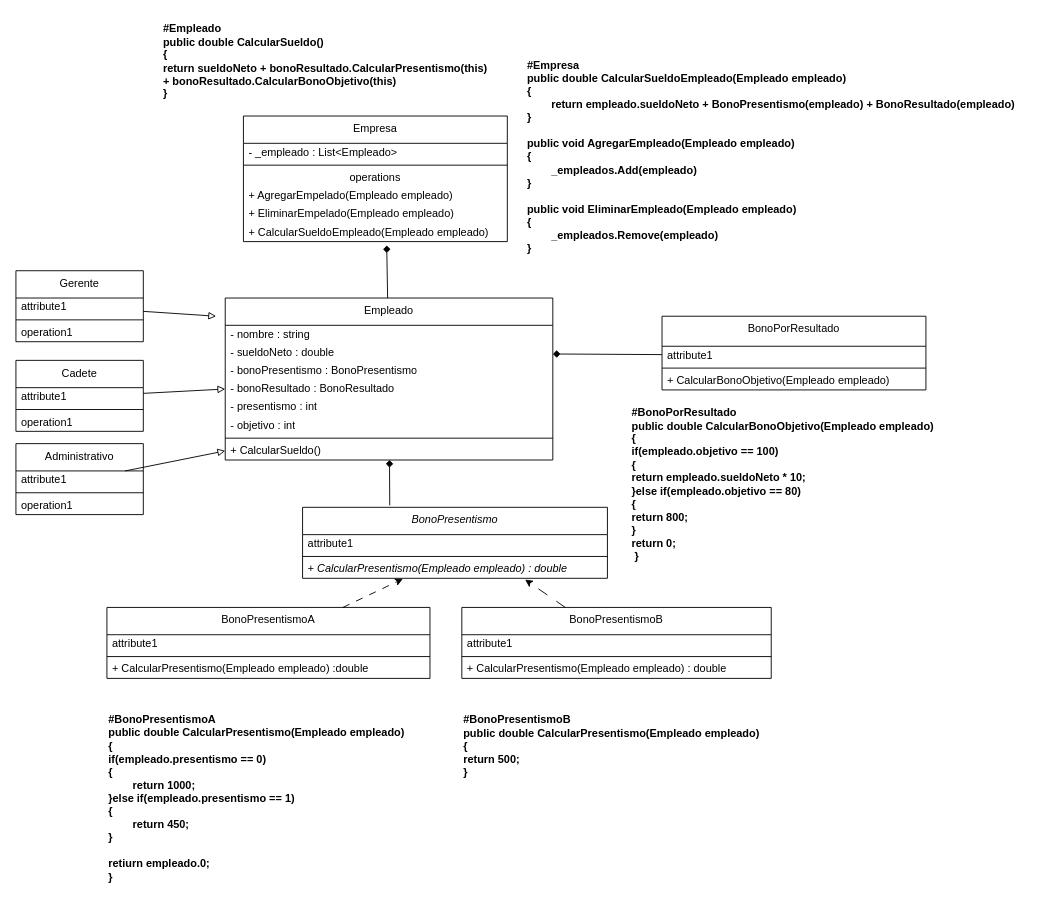
Before: clase_04/ejercicio_sueldos/sueldos.dio in EdgarSteinberg/programacion-2-repaso, a draw.io diagram. Source tidied: cells renumbered, new cells numbered last; positions are measured from the earlier drawing's top-left corner, leaving out a move shared by most shapes. Both pictures are drawn from the tidied source at 91%, with x=0, y=0 at pixel (15, 15).
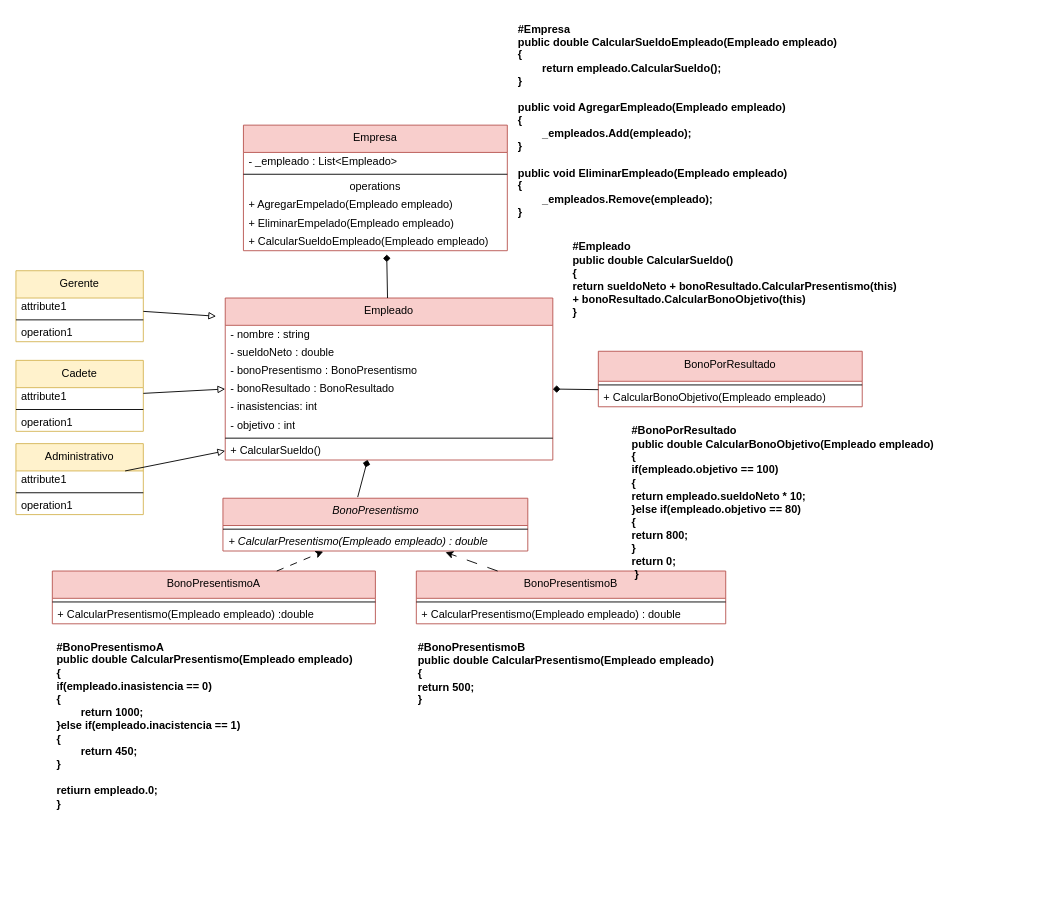
The same page after the edit.

Unchanged cells that the change refers to:
```xml
<mxCell id="6" value="- bonoResultado : BonoResultado" style="text;html=1;strokeColor=none;fillColor=none;align=left;verticalAlign=middle;spacingLeft=4;spacingRight=4;overflow=hidden;points=[[0,0.5],[1,0.5]];portConstraint=eastwest;whiteSpace=wrap;" parent="2" vertex="1">
  <mxGeometry y="90" width="360" height="20" as="geometry" />
</mxCell>
```

The edit, as a diff of the source:
```diff
@@
-    <mxCell id="2" value="Empleado" style="swimlane;fontStyle=0;align=center;verticalAlign=top;horizontal=1;startSize=30;html=1;whiteSpace=wrap;" parent="1" vertex="1">
+    <mxCell id="2" value="Empleado" style="swimlane;fontStyle=0;align=center;verticalAlign=top;horizontal=1;startSize=30;html=1;whiteSpace=wrap;fillColor=#f8cecc;strokeColor=#b85450;" parent="1" vertex="1">
       <mxGeometry x="230" y="310" width="360" height="178" as="geometry" />
     </mxCell>
@@
-    <mxCell id="7" value="- presentismo : int" style="text;html=1;strokeColor=none;fillColor=none;align=left;verticalAlign=middle;spacingLeft=4;spacingRight=4;overflow=hidden;whiteSpace=wrap;" parent="2" vertex="1">
+    <mxCell id="7" value="- inasistencias: int" style="text;html=1;strokeColor=none;fillColor=none;align=left;verticalAlign=middle;spacingLeft=4;spacingRight=4;overflow=hidden;whiteSpace=wrap;" parent="2" vertex="1">
       <mxGeometry y="110" width="360" height="20" as="geometry" />
     </mxCell>
@@
-    <mxCell id="11" value="&lt;i&gt;BonoPresentismo&lt;/i&gt;" style="swimlane;fontStyle=0;align=center;verticalAlign=top;horizontal=1;startSize=30;html=1;whiteSpace=wrap;" parent="1" vertex="1">
-      <mxGeometry x="315" y="540" width="335" height="78" as="geometry" />
+    <mxCell id="11" value="&lt;i&gt;BonoPresentismo&lt;/i&gt;" style="swimlane;fontStyle=0;align=center;verticalAlign=top;horizontal=1;startSize=30;html=1;whiteSpace=wrap;fillColor=#f8cecc;strokeColor=#b85450;" parent="1" vertex="1">
+      <mxGeometry x="227.5" y="530" width="335" height="58" as="geometry" />
     </mxCell>
-    <mxCell id="12" value="attribute1" style="text;html=1;strokeColor=none;fillColor=none;align=left;verticalAlign=middle;spacingLeft=4;spacingRight=4;overflow=hidden;whiteSpace=wrap;" parent="11" vertex="1">
-      <mxGeometry y="30" width="335" height="20" as="geometry" />
-    </mxCell>
     <mxCell id="13" style="line;strokeWidth=1;fillColor=none;align=left;verticalAlign=middle;spacingTop=-1;spacingLeft=3;spacingRight=3;labelPosition=right;" parent="11" vertex="1">
-      <mxGeometry y="50" width="335" height="8" as="geometry" />
+      <mxGeometry y="30" width="335" height="8" as="geometry" />
     </mxCell>
     <mxCell id="14" value="&lt;i&gt;+ CalcularPresentismo(Empleado empleado) : double&lt;/i&gt;" style="text;html=1;strokeColor=none;fillColor=none;align=left;verticalAlign=middle;spacingLeft=4;spacingRight=4;overflow=hidden;points=[[0,0.5],[1,0.5]];portConstraint=eastwest;whiteSpace=wrap;" parent="11" vertex="1">
-      <mxGeometry y="58" width="335" height="20" as="geometry" />
+      <mxGeometry y="38" width="335" height="20" as="geometry" />
     </mxCell>
-    <mxCell id="15" value="BonoPresentismoA" style="swimlane;fontStyle=0;align=center;verticalAlign=top;horizontal=1;startSize=30;html=1;whiteSpace=wrap;" parent="1" vertex="1">
-      <mxGeometry x="100" y="650" width="355" height="78" as="geometry" />
+    <mxCell id="15" value="BonoPresentismoA" style="swimlane;fontStyle=0;align=center;verticalAlign=top;horizontal=1;startSize=30;html=1;whiteSpace=wrap;fillColor=#f8cecc;strokeColor=#b85450;" parent="1" vertex="1">
+      <mxGeometry x="40" y="610" width="355" height="58" as="geometry" />
     </mxCell>
-    <mxCell id="16" value="attribute1" style="text;html=1;strokeColor=none;fillColor=none;align=left;verticalAlign=middle;spacingLeft=4;spacingRight=4;overflow=hidden;whiteSpace=wrap;" parent="15" vertex="1">
-      <mxGeometry y="30" width="355" height="20" as="geometry" />
-    </mxCell>
     <mxCell id="17" style="line;strokeWidth=1;fillColor=none;align=left;verticalAlign=middle;spacingTop=-1;spacingLeft=3;spacingRight=3;labelPosition=right;" parent="15" vertex="1">
-      <mxGeometry y="50" width="355" height="8" as="geometry" />
+      <mxGeometry y="30" width="355" height="8" as="geometry" />
     </mxCell>
     <mxCell id="18" value="&lt;span style=&quot;color: rgb(0, 0, 0);&quot;&gt;+ CalcularPresentismo(Empleado empleado) :double&lt;/span&gt;" style="text;html=1;strokeColor=none;fillColor=none;align=left;verticalAlign=middle;spacingLeft=4;spacingRight=4;overflow=hidden;whiteSpace=wrap;" parent="15" vertex="1">
-      <mxGeometry y="58" width="355" height="20" as="geometry" />
+      <mxGeometry y="38" width="355" height="20" as="geometry" />
     </mxCell>
-    <mxCell id="19" value="BonoPresentismoB" style="swimlane;fontStyle=0;align=center;verticalAlign=top;horizontal=1;startSize=30;html=1;whiteSpace=wrap;" parent="1" vertex="1">
-      <mxGeometry x="490" y="650" width="340" height="78" as="geometry" />
+    <mxCell id="19" value="BonoPresentismoB" style="swimlane;fontStyle=0;align=center;verticalAlign=top;horizontal=1;startSize=30;html=1;whiteSpace=wrap;fillColor=#f8cecc;strokeColor=#b85450;" parent="1" vertex="1">
+      <mxGeometry x="440" y="610" width="340" height="58" as="geometry" />
     </mxCell>
-    <mxCell id="20" value="attribute1" style="text;html=1;strokeColor=none;fillColor=none;align=left;verticalAlign=middle;spacingLeft=4;spacingRight=4;overflow=hidden;whiteSpace=wrap;" parent="19" vertex="1">
-      <mxGeometry y="30" width="340" height="20" as="geometry" />
-    </mxCell>
     <mxCell id="21" style="line;strokeWidth=1;fillColor=none;align=left;verticalAlign=middle;spacingTop=-1;spacingLeft=3;spacingRight=3;labelPosition=right;" parent="19" vertex="1">
-      <mxGeometry y="50" width="340" height="8" as="geometry" />
+      <mxGeometry y="30" width="340" height="8" as="geometry" />
     </mxCell>
     <mxCell id="22" value="&lt;span style=&quot;color: rgb(0, 0, 0);&quot;&gt;+ CalcularPresentismo(Empleado empleado) : double&lt;/span&gt;" style="text;html=1;strokeColor=none;fillColor=none;align=left;verticalAlign=middle;spacingLeft=4;spacingRight=4;overflow=hidden;whiteSpace=wrap;" parent="19" vertex="1">
-      <mxGeometry y="58" width="340" height="20" as="geometry" />
+      <mxGeometry y="38" width="340" height="20" as="geometry" />
     </mxCell>
-    <mxCell id="23" value="&lt;b&gt;#BonoPresentismoA&lt;/b&gt;&lt;div&gt;&lt;b&gt;public double CalcularPresentismo(Empleado empleado)&lt;/b&gt;&lt;/div&gt;&lt;div&gt;&lt;b&gt;{&lt;/b&gt;&lt;/div&gt;&lt;div&gt;&lt;b&gt;if(empleado.presentismo == 0)&lt;/b&gt;&lt;/div&gt;&lt;div&gt;&lt;b&gt;{&lt;/b&gt;&lt;/div&gt;&lt;div&gt;&lt;b&gt;&lt;span style=&quot;white-space: pre;&quot;&gt;&#9;&lt;/span&gt;return 1000;&lt;br&gt;&lt;/b&gt;&lt;/div&gt;&lt;div&gt;&lt;b&gt;}else if(empleado.presentismo == 1)&lt;/b&gt;&lt;/div&gt;&lt;div&gt;&lt;b&gt;{&lt;/b&gt;&lt;/div&gt;&lt;div&gt;&lt;b&gt;&lt;span style=&quot;white-space: pre;&quot;&gt;&#9;&lt;/span&gt;return 450;&lt;br&gt;&lt;/b&gt;&lt;/div&gt;&lt;div&gt;&lt;b&gt;}&lt;/b&gt;&lt;/div&gt;&lt;div&gt;&lt;b&gt;&lt;br&gt;&lt;/b&gt;&lt;/div&gt;&lt;div&gt;&lt;b&gt;retiurn empleado.0;&lt;/b&gt;&lt;/div&gt;&lt;div&gt;&lt;b&gt;}&lt;/b&gt;&lt;/div&gt;" style="text;html=1;align=left;verticalAlign=middle;strokeColor=none;fillColor=none;" parent="1" vertex="1">
-      <mxGeometry x="100" y="760" width="350" height="200" as="geometry" />
+    <mxCell id="23" value="&lt;b&gt;#BonoPresentismoA&lt;/b&gt;&lt;div&gt;&lt;b&gt;public double CalcularPresentismo(Empleado empleado)&lt;/b&gt;&lt;/div&gt;&lt;div&gt;&lt;b&gt;{&lt;/b&gt;&lt;/div&gt;&lt;div&gt;&lt;b&gt;if(empleado.inasistencia == 0)&lt;/b&gt;&lt;/div&gt;&lt;div&gt;&lt;b&gt;{&lt;/b&gt;&lt;/div&gt;&lt;div&gt;&lt;b&gt;&lt;span style=&quot;white-space: pre;&quot;&gt;&#9;&lt;/span&gt;return 1000;&lt;br&gt;&lt;/b&gt;&lt;/div&gt;&lt;div&gt;&lt;b&gt;}else if(empleado.inacistencia == 1)&lt;/b&gt;&lt;/div&gt;&lt;div&gt;&lt;b&gt;{&lt;/b&gt;&lt;/div&gt;&lt;div&gt;&lt;b&gt;&lt;span style=&quot;white-space: pre;&quot;&gt;&#9;&lt;/span&gt;return 450;&lt;br&gt;&lt;/b&gt;&lt;/div&gt;&lt;div&gt;&lt;b&gt;}&lt;/b&gt;&lt;/div&gt;&lt;div&gt;&lt;b&gt;&lt;br&gt;&lt;/b&gt;&lt;/div&gt;&lt;div&gt;&lt;b&gt;retiurn empleado.0;&lt;/b&gt;&lt;/div&gt;&lt;div&gt;&lt;b&gt;}&lt;/b&gt;&lt;/div&gt;" style="text;html=1;align=left;verticalAlign=middle;strokeColor=none;fillColor=none;" parent="1" vertex="1">
+      <mxGeometry x="42.5" y="680" width="350" height="200" as="geometry" />
     </mxCell>
@@
-    <mxCell id="26" style="edgeStyle=none;html=1;entryX=0.286;entryY=-0.028;entryDx=0;entryDy=0;entryPerimeter=0;endArrow=none;endFill=0;startArrow=diamond;startFill=1;" parent="1" edge="1" source="2" target="11">
+    <mxCell id="26" style="edgeStyle=none;html=1;entryX=0.442;entryY=-0.021;entryDx=0;entryDy=0;entryPerimeter=0;endArrow=none;endFill=0;startArrow=diamond;startFill=1;" parent="1" edge="1" source="2" target="11">
       <mxGeometry relative="1" as="geometry" />
     </mxCell>
-    <mxCell id="27" value="Gerente" style="swimlane;fontStyle=0;align=center;verticalAlign=top;horizontal=1;startSize=30;html=1;whiteSpace=wrap;" parent="1" vertex="1">
+    <mxCell id="27" value="Gerente" style="swimlane;fontStyle=0;align=center;verticalAlign=top;horizontal=1;startSize=30;html=1;whiteSpace=wrap;fillColor=#fff2cc;strokeColor=#d6b656;" parent="1" vertex="1">
       <mxGeometry y="280" width="140" height="78" as="geometry" />
     </mxCell>
@@
-    <mxCell id="32" value="Cadete" style="swimlane;fontStyle=0;align=center;verticalAlign=top;horizontal=1;startSize=30;html=1;whiteSpace=wrap;" parent="1" vertex="1">
+    <mxCell id="32" value="Cadete" style="swimlane;fontStyle=0;align=center;verticalAlign=top;horizontal=1;startSize=30;html=1;whiteSpace=wrap;fillColor=#fff2cc;strokeColor=#d6b656;" parent="1" vertex="1">
       <mxGeometry y="378.5" width="140" height="78" as="geometry" />
     </mxCell>
@@
-    <mxCell id="36" value="Administrativo" style="swimlane;fontStyle=0;align=center;verticalAlign=top;horizontal=1;startSize=30;html=1;whiteSpace=wrap;" parent="1" vertex="1">
+    <mxCell id="36" value="Administrativo" style="swimlane;fontStyle=0;align=center;verticalAlign=top;horizontal=1;startSize=30;html=1;whiteSpace=wrap;fillColor=#fff2cc;strokeColor=#d6b656;" parent="1" vertex="1">
       <mxGeometry y="470" width="140" height="78" as="geometry" />
     </mxCell>
@@
     <mxCell id="41" value="&lt;b&gt;#BonoPresentismoB&lt;/b&gt;&lt;div&gt;&lt;b&gt;public double CalcularPresentismo(Empleado empleado)&lt;/b&gt;&lt;/div&gt;&lt;div&gt;&lt;b&gt;{&lt;/b&gt;&lt;/div&gt;&lt;div&gt;&lt;b&gt;return 500;&lt;/b&gt;&lt;/div&gt;&lt;div&gt;&lt;b&gt;}&lt;/b&gt;&lt;/div&gt;&lt;div&gt;&lt;br&gt;&lt;/div&gt;" style="text;html=1;align=left;verticalAlign=middle;strokeColor=none;fillColor=none;" parent="1" vertex="1">
-      <mxGeometry x="490" y="760" width="350" height="100" as="geometry" />
+      <mxGeometry x="440" y="680" width="350" height="100" as="geometry" />
     </mxCell>
-    <mxCell id="42" value="BonoPorResultado" style="swimlane;fontStyle=0;align=center;verticalAlign=top;horizontal=1;startSize=33;html=1;whiteSpace=wrap;" parent="1" vertex="1">
-      <mxGeometry x="710" y="330" width="290" height="81" as="geometry" />
+    <mxCell id="42" value="BonoPorResultado" style="swimlane;fontStyle=0;align=center;verticalAlign=top;horizontal=1;startSize=33;html=1;whiteSpace=wrap;fillColor=#f8cecc;strokeColor=#b85450;" parent="1" vertex="1">
+      <mxGeometry x="640" y="368.5" width="290" height="61" as="geometry" />
     </mxCell>
-    <mxCell id="43" style="edgeStyle=none;html=1;endArrow=diamond;endFill=1;" parent="42" edge="1" source="44">
+    <mxCell id="43" style="edgeStyle=none;html=1;endArrow=diamond;endFill=1;entryX=1;entryY=0.5;entryDx=0;entryDy=0;" parent="42" edge="1" target="6">
       <mxGeometry relative="1" as="geometry">
-        <mxPoint x="-120" y="41.5" as="targetPoint" />
+        <mxPoint y="42.2" as="sourcePoint" />
       </mxGeometry>
     </mxCell>
-    <mxCell id="44" value="attribute1" style="text;html=1;strokeColor=none;fillColor=none;align=left;verticalAlign=middle;spacingLeft=4;spacingRight=4;overflow=hidden;points=[[0,0.5],[1,0.5]];portConstraint=eastwest;whiteSpace=wrap;" parent="42" vertex="1">
-      <mxGeometry y="33" width="290" height="20" as="geometry" />
-    </mxCell>
     <mxCell id="45" style="line;strokeWidth=1;fillColor=none;align=left;verticalAlign=middle;spacingTop=-1;spacingLeft=3;spacingRight=3;labelPosition=right;" parent="42" vertex="1">
-      <mxGeometry y="53" width="290" height="8" as="geometry" />
+      <mxGeometry y="33" width="290" height="8" as="geometry" />
     </mxCell>
     <mxCell id="46" value="+ CalcularBonoObjetivo(Empleado empleado)" style="text;html=1;strokeColor=none;fillColor=none;align=left;verticalAlign=middle;spacingLeft=4;spacingRight=4;overflow=hidden;whiteSpace=wrap;" parent="42" vertex="1">
-      <mxGeometry y="61" width="290" height="20" as="geometry" />
+      <mxGeometry y="41" width="290" height="20" as="geometry" />
     </mxCell>
@@
     <mxCell id="48" value="&lt;b&gt;#BonoPorResultado&lt;/b&gt;&lt;div&gt;&lt;b&gt;public double CalcularBonoObjetivo(Empleado empleado)&lt;/b&gt;&lt;/div&gt;&lt;div&gt;&lt;b&gt;{&lt;/b&gt;&lt;/div&gt;&lt;div&gt;&lt;b&gt;if(empleado.objetivo == 100)&lt;/b&gt;&lt;/div&gt;&lt;div&gt;&lt;b&gt;{&lt;/b&gt;&lt;/div&gt;&lt;div&gt;&lt;b&gt;return empleado.sueldoNeto * 10;&lt;/b&gt;&lt;/div&gt;&lt;div&gt;&lt;b&gt;}else if(empleado.objetivo == 80)&lt;/b&gt;&lt;/div&gt;&lt;div&gt;&lt;b&gt;{&lt;/b&gt;&lt;/div&gt;&lt;div&gt;&lt;b&gt;return 800;&lt;/b&gt;&lt;/div&gt;&lt;div&gt;&lt;b&gt;}&lt;/b&gt;&lt;/div&gt;&lt;div&gt;&lt;b&gt;return 0;&lt;/b&gt;&lt;/div&gt;&lt;div&gt;&lt;b&gt;&amp;nbsp;}&lt;/b&gt;&lt;/div&gt;" style="text;html=1;align=left;verticalAlign=middle;strokeColor=none;fillColor=none;" parent="1" vertex="1">
-      <mxGeometry x="675" y="420" width="360" height="190" as="geometry" />
+      <mxGeometry x="675" y="440" width="360" height="190" as="geometry" />
     </mxCell>
-    <mxCell id="49" value="Empresa" style="swimlane;fontStyle=0;align=center;verticalAlign=top;horizontal=1;startSize=30;html=1;whiteSpace=wrap;" parent="1" vertex="1">
-      <mxGeometry x="250" y="110" width="290" height="138" as="geometry" />
+    <mxCell id="49" value="Empresa" style="swimlane;fontStyle=0;align=center;verticalAlign=top;horizontal=1;startSize=30;html=1;whiteSpace=wrap;fillColor=#f8cecc;strokeColor=#b85450;" parent="1" vertex="1">
+      <mxGeometry x="250" y="120" width="290" height="138" as="geometry" />
     </mxCell>
@@
-    <mxCell id="57" value="&lt;b&gt;#Empresa&lt;/b&gt;&lt;div&gt;&lt;b&gt;public double CalcularSueldoEmpleado(Empleado empleado)&lt;/b&gt;&lt;/div&gt;&lt;div&gt;&lt;b&gt;{&lt;/b&gt;&lt;/div&gt;&lt;div&gt;&lt;b&gt;&lt;span style=&quot;white-space: pre;&quot;&gt;&#9;&lt;/span&gt;return empleado.sueldoNeto + BonoPresentismo(empleado) + BonoResultado(empleado)&lt;br&gt;&lt;/b&gt;&lt;/div&gt;&lt;div&gt;&lt;b&gt;}&lt;/b&gt;&lt;/div&gt;&lt;div&gt;&lt;b&gt;&lt;br&gt;&lt;/b&gt;&lt;/div&gt;&lt;div&gt;&lt;b&gt;public void AgregarEmpleado(Empleado empleado)&lt;/b&gt;&lt;/div&gt;&lt;div&gt;&lt;b&gt;{&lt;/b&gt;&lt;/div&gt;&lt;div&gt;&lt;b&gt;&lt;span style=&quot;white-space: pre;&quot;&gt;&#9;&lt;/span&gt;_empleados.Add(empleado)&lt;br&gt;&lt;/b&gt;&lt;/div&gt;&lt;div&gt;&lt;b&gt;}&lt;/b&gt;&lt;/div&gt;&lt;div&gt;&lt;b&gt;&lt;br&gt;&lt;/b&gt;&lt;/div&gt;&lt;div&gt;&lt;b&gt;public void EliminarEmpleado(Empleado empleado)&lt;/b&gt;&lt;/div&gt;&lt;div&gt;&lt;b&gt;{&lt;/b&gt;&lt;/div&gt;&lt;div&gt;&lt;b&gt;&lt;span style=&quot;white-space: pre;&quot;&gt;&#9;&lt;/span&gt;_empleados.Remove(empleado)&lt;br&gt;&lt;/b&gt;&lt;/div&gt;&lt;div&gt;&lt;b&gt;}&lt;/b&gt;&lt;/div&gt;" style="text;html=1;align=left;verticalAlign=middle;strokeColor=none;fillColor=none;" parent="1" vertex="1">
-      <mxGeometry x="560" y="40" width="560" height="230" as="geometry" />
+    <mxCell id="57" value="&lt;b&gt;#Empresa&lt;/b&gt;&lt;div&gt;&lt;b&gt;public double CalcularSueldoEmpleado(Empleado empleado)&lt;/b&gt;&lt;/div&gt;&lt;div&gt;&lt;b&gt;{&lt;/b&gt;&lt;/div&gt;&lt;div&gt;&lt;b&gt;&lt;span style=&quot;white-space: pre;&quot;&gt;&#9;&lt;/span&gt;return empleado.CalcularSueldo();&lt;br&gt;&lt;/b&gt;&lt;/div&gt;&lt;div&gt;&lt;b&gt;}&lt;/b&gt;&lt;/div&gt;&lt;div&gt;&lt;b&gt;&lt;br&gt;&lt;/b&gt;&lt;/div&gt;&lt;div&gt;&lt;b&gt;public void AgregarEmpleado(Empleado empleado)&lt;/b&gt;&lt;/div&gt;&lt;div&gt;&lt;b&gt;{&lt;/b&gt;&lt;/div&gt;&lt;div&gt;&lt;b&gt;&lt;span style=&quot;white-space: pre;&quot;&gt;&#9;&lt;/span&gt;_empleados.Add(empleado);&lt;br&gt;&lt;/b&gt;&lt;/div&gt;&lt;div&gt;&lt;b&gt;}&lt;/b&gt;&lt;/div&gt;&lt;div&gt;&lt;b&gt;&lt;br&gt;&lt;/b&gt;&lt;/div&gt;&lt;div&gt;&lt;b&gt;public void EliminarEmpleado(Empleado empleado)&lt;/b&gt;&lt;/div&gt;&lt;div&gt;&lt;b&gt;{&lt;/b&gt;&lt;/div&gt;&lt;div&gt;&lt;b&gt;&lt;span style=&quot;white-space: pre;&quot;&gt;&#9;&lt;/span&gt;_empleados.Remove(empleado);&lt;br&gt;&lt;/b&gt;&lt;/div&gt;&lt;div&gt;&lt;b&gt;}&lt;/b&gt;&lt;/div&gt;" style="text;html=1;align=left;verticalAlign=middle;strokeColor=none;fillColor=none;" parent="1" vertex="1">
+      <mxGeometry x="550" width="370" height="230" as="geometry" />
     </mxCell>
     <mxCell id="58" value="&lt;b&gt;#Empleado&lt;/b&gt;&lt;div&gt;&lt;b&gt;public double CalcularSueldo()&lt;/b&gt;&lt;/div&gt;&lt;div&gt;&lt;b&gt;{&lt;/b&gt;&lt;/div&gt;&lt;div&gt;&lt;b&gt;return sueldoNeto + bonoResultado.CalcularPresentismo(this)&amp;nbsp;&lt;/b&gt;&lt;/div&gt;&lt;div&gt;&lt;b&gt;+ bonoResultado.CalcularBonoObjetivo(this)&lt;/b&gt;&lt;/div&gt;&lt;div&gt;&lt;b&gt;}&lt;/b&gt;&lt;/div&gt;" style="text;html=1;align=left;verticalAlign=middle;strokeColor=none;fillColor=none;" parent="1" vertex="1">
-      <mxGeometry x="160" width="380" height="100" as="geometry" />
+      <mxGeometry x="610" y="240" width="380" height="100" as="geometry" />
     </mxCell>
```
